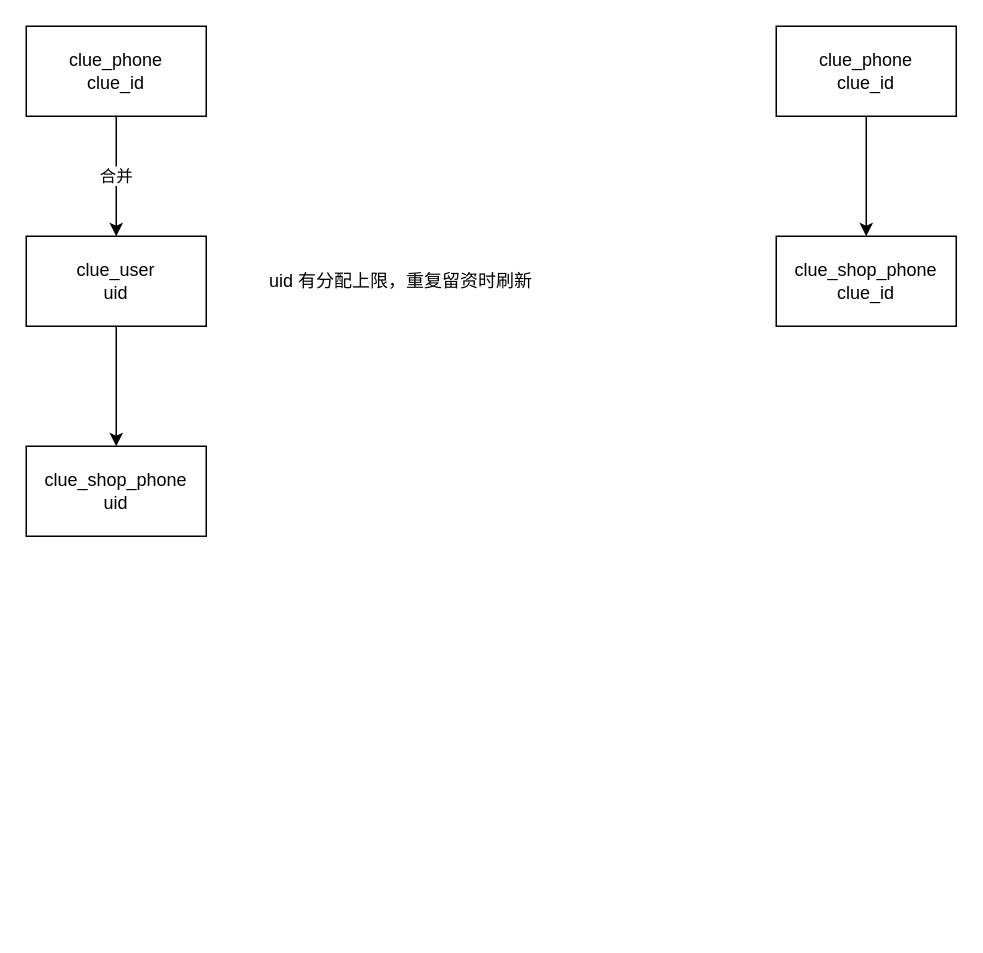
Juvic-maker/draw keeps this draw.io diagram as 线索重构.drawio. Above is the earlier version. Source tidied: cells renumbered, new cells numbered last; positions are measured from the earlier drawing's top-left corner, leaving out a move shared by most shapes. Both pictures are drawn from the tidied source at 150%, with x=0, y=0 at pixel (26, 26).
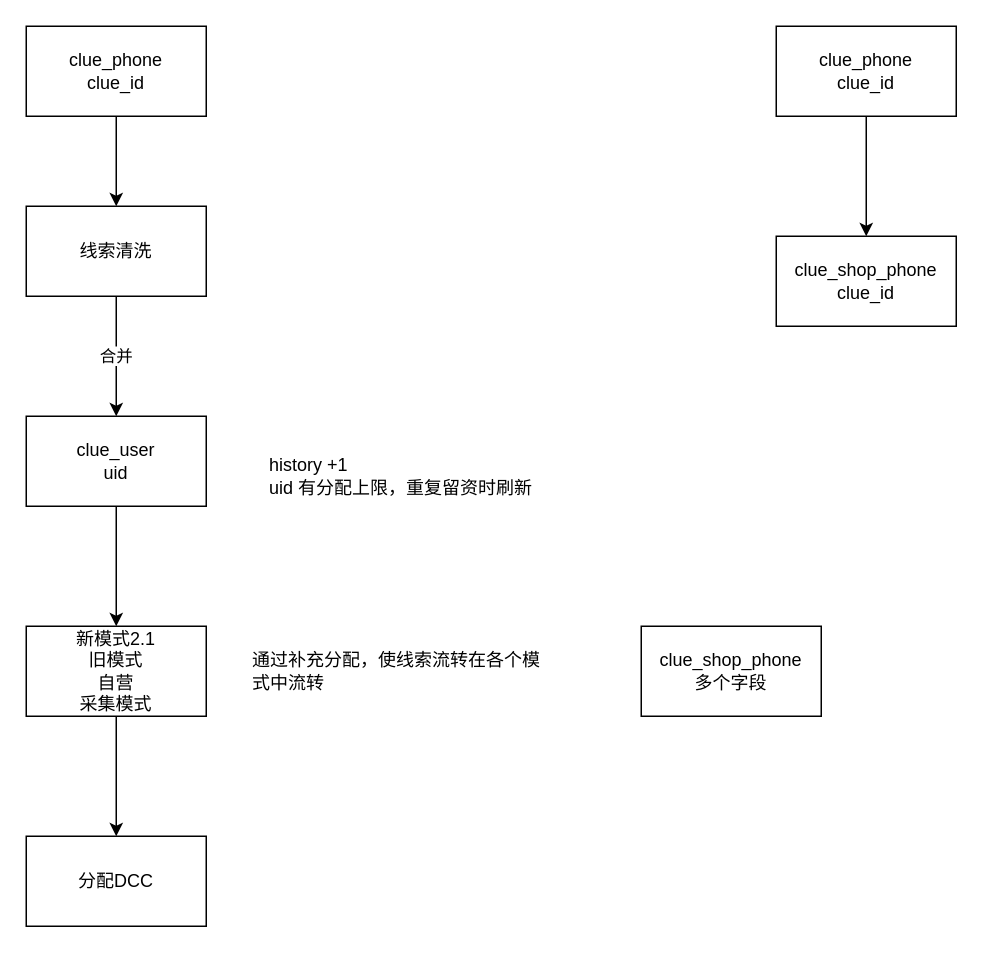
The same diagram, later.

Diff of the diagram source:
```diff
@@
 <mxGraphModel>
   <root>
     <mxCell id="0" />
     <mxCell id="1" parent="0" />
-    <mxCell id="2" value="合并" style="edgeStyle=orthogonalEdgeStyle;rounded=0;jettySize=auto;html=1;" parent="1" edge="1" source="3" target="5">
+    <mxCell id="2" value="合并" style="edgeStyle=orthogonalEdgeStyle;rounded=0;jettySize=auto;html=1;exitX=0.5;exitY=1;exitDx=0;exitDy=0;" parent="1" edge="1" source="13" target="5">
       <mxGeometry relative="1" as="geometry" />
     </mxCell>
+    <mxCell id="11" style="edgeStyle=orthogonalEdgeStyle;rounded=0;jettySize=auto;html=1;" parent="1" edge="1" source="3" target="13">
+      <mxGeometry relative="1" as="geometry" />
+    </mxCell>
     <mxCell id="3" value="clue_phone&lt;br&gt;clue_id" style="rounded=0;whiteSpace=wrap;html=1;" parent="1" vertex="1">
       <mxGeometry width="120" height="60" as="geometry" />
     </mxCell>
     <mxCell id="4" style="edgeStyle=orthogonalEdgeStyle;rounded=0;jettySize=auto;html=1;" parent="1" edge="1" source="5" target="9">
       <mxGeometry relative="1" as="geometry" />
     </mxCell>
     <mxCell id="5" value="clue_user&lt;br&gt;uid" style="rounded=0;whiteSpace=wrap;html=1;" parent="1" vertex="1">
-      <mxGeometry y="140" width="120" height="60" as="geometry" />
+      <mxGeometry y="260" width="120" height="60" as="geometry" />
     </mxCell>
     <mxCell id="6" style="edgeStyle=orthogonalEdgeStyle;rounded=0;jettySize=auto;html=1;" parent="1" edge="1" source="7" target="8">
       <mxGeometry relative="1" as="geometry" />
     </mxCell>
     <mxCell id="7" value="clue_phone&lt;br&gt;clue_id" style="rounded=0;whiteSpace=wrap;html=1;" parent="1" vertex="1">
       <mxGeometry x="500" width="120" height="60" as="geometry" />
     </mxCell>
     <mxCell id="8" value="clue_shop_phone&lt;br&gt;clue_id" style="rounded=0;whiteSpace=wrap;html=1;" parent="1" vertex="1">
       <mxGeometry x="500" y="140" width="120" height="60" as="geometry" />
     </mxCell>
+    <mxCell id="12" style="edgeStyle=orthogonalEdgeStyle;rounded=0;jettySize=auto;html=1;" parent="1" edge="1" source="9" target="15">
+      <mxGeometry relative="1" as="geometry" />
+    </mxCell>
-    <mxCell id="9" value="clue_shop_phone&lt;br&gt;uid" style="rounded=0;whiteSpace=wrap;html=1;" parent="1" vertex="1">
-      <mxGeometry y="280" width="120" height="60" as="geometry" />
+    <mxCell id="9" value="新模式2.1&lt;br&gt;旧模式&lt;br&gt;自营&lt;br&gt;采集模式" style="rounded=0;whiteSpace=wrap;html=1;" parent="1" vertex="1">
+      <mxGeometry y="400" width="120" height="60" as="geometry" />
     </mxCell>
-    <mxCell id="10" value="uid 有分配上限，重复留资时刷新" style="text;html=1;strokeColor=none;fillColor=none;align=center;verticalAlign=middle;whiteSpace=wrap;rounded=0;" parent="1" vertex="1">
-      <mxGeometry x="150" y="160" width="200" height="20" as="geometry" />
+    <mxCell id="10" value="&lt;div style=&quot;text-align: left&quot;&gt;&lt;span&gt;history +1&lt;/span&gt;&lt;/div&gt;&lt;div style=&quot;text-align: left&quot;&gt;&lt;span&gt;uid 有分配上限，重复留资时刷新&lt;/span&gt;&lt;/div&gt;" style="text;html=1;strokeColor=none;fillColor=none;align=center;verticalAlign=middle;whiteSpace=wrap;rounded=0;" parent="1" vertex="1">
+      <mxGeometry x="150" y="280" width="200" height="40" as="geometry" />
     </mxCell>
+    <mxCell id="13" value="线索清洗" style="whiteSpace=wrap;html=1;rounded=0;" parent="1" vertex="1">
+      <mxGeometry y="120" width="120" height="60" as="geometry" />
+    </mxCell>
+    <mxCell id="14" value="&lt;div style=&quot;text-align: left&quot;&gt;通过补充分配，使线索流转在各个模式中流转&lt;/div&gt;" style="text;html=1;strokeColor=none;fillColor=none;align=center;verticalAlign=middle;whiteSpace=wrap;rounded=0;" parent="1" vertex="1">
+      <mxGeometry x="150" y="410" width="200" height="40" as="geometry" />
+    </mxCell>
+    <mxCell id="15" value="分配DCC" style="rounded=0;whiteSpace=wrap;html=1;" parent="1" vertex="1">
+      <mxGeometry y="540" width="120" height="60" as="geometry" />
+    </mxCell>
+    <mxCell id="16" value="clue_shop_phone&lt;br&gt;多个字段" style="rounded=0;whiteSpace=wrap;html=1;" parent="1" vertex="1">
+      <mxGeometry x="410" y="400" width="120" height="60" as="geometry" />
+    </mxCell>
   </root>
 </mxGraphModel>
```
